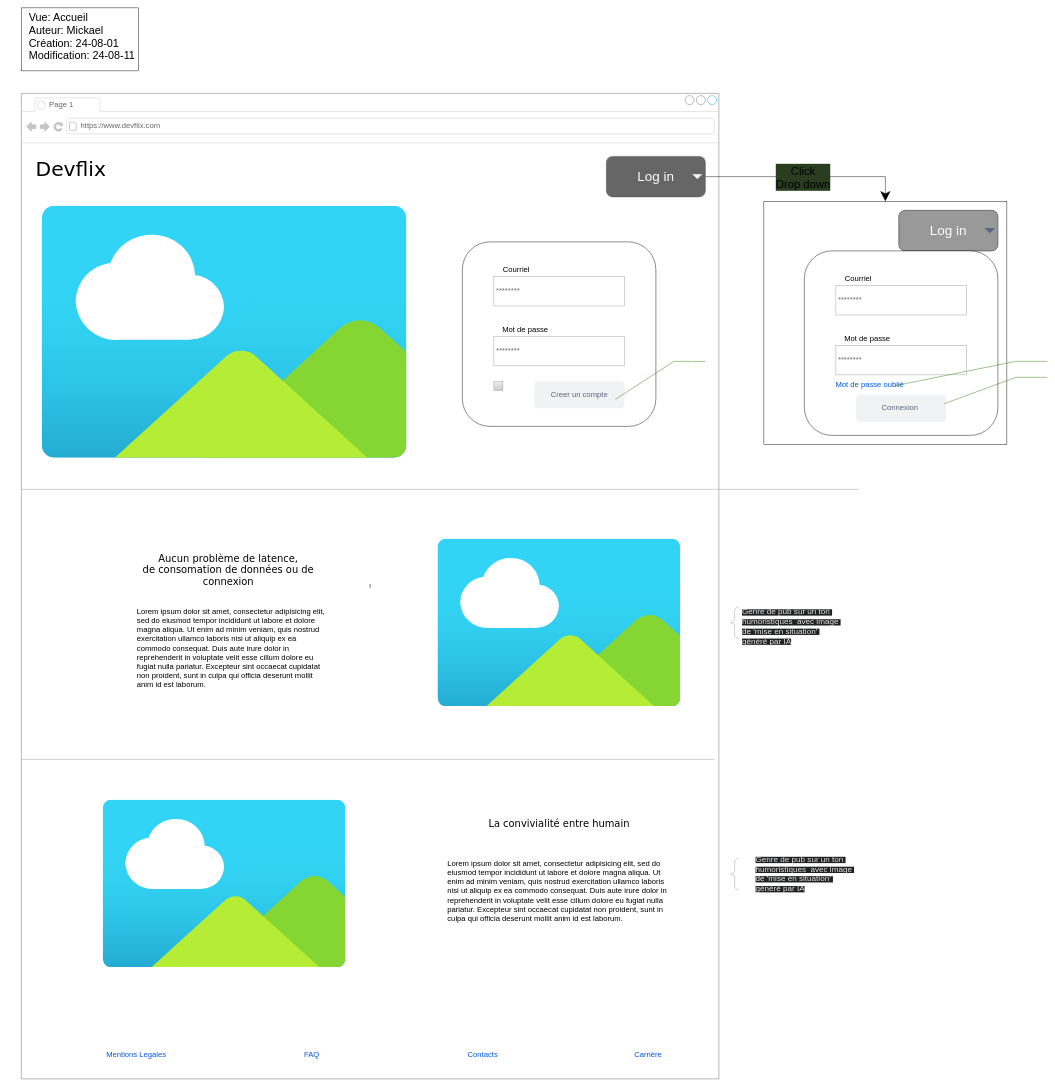
MapleCialys/Projet-modification-systeme keeps this draw.io diagram as livrables/livrable3/Page d'accueil.drawio. Above is the earlier version. Source tidied: cells renumbered, new cells numbered last; positions are measured from the earlier drawing's top-left corner, leaving out a move shared by most shapes. Both pictures are drawn from the tidied source at 45%, with x=0, y=0 at pixel (21, 8).
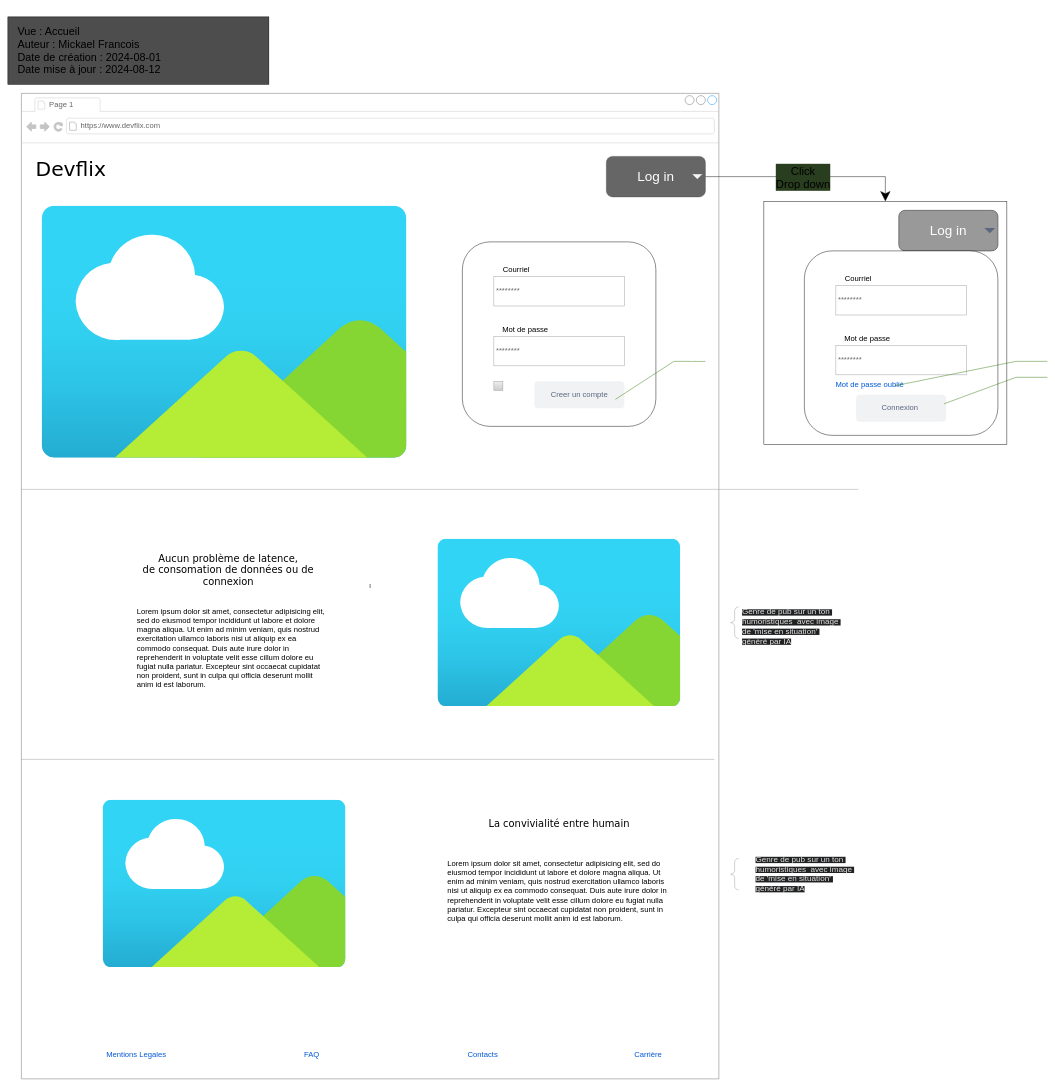
The same diagram, later.

Commit message (it also covers changes not shown here):
ajout de page mot de passe et modif acteur, correction générale

The edit, as a diff of the source:
```diff
@@
-    <mxCell id="47" style="group;" parent="1" vertex="1">
-      <mxGeometry width="285" height="140" as="geometry" />
-    </mxCell>
-    <mxCell id="48" style="rounded=0;whiteSpace=wrap;html=1;" parent="47" vertex="1">
-      <mxGeometry width="260" height="140" as="geometry" />
-    </mxCell>
-    <mxCell id="49" value="&lt;font style=&quot;font-size: 24px;&quot;&gt;Vue: Accueil&lt;/font&gt;&lt;div style=&quot;font-size: 24px;&quot;&gt;&lt;font style=&quot;font-size: 24px;&quot;&gt;Auteur: Mickael&lt;/font&gt;&lt;/div&gt;&lt;div style=&quot;font-size: 24px;&quot;&gt;&lt;font style=&quot;font-size: 24px;&quot;&gt;Création: 24-08-01&lt;/font&gt;&lt;/div&gt;&lt;div style=&quot;font-size: 24px;&quot;&gt;&lt;font style=&quot;font-size: 24px;&quot;&gt;Modification: 24-08-11&lt;/font&gt;&lt;/div&gt;" style="text;html=1;whiteSpace=wrap;overflow=hidden;rounded=0;" parent="47" vertex="1">
-      <mxGeometry x="15" width="270" height="140" as="geometry" />
-    </mxCell>
+    <mxCell id="50" value="&lt;font style=&quot;font-size: 24px;&quot;&gt;&amp;nbsp; &amp;nbsp;Vue : Accueil&lt;br&gt;&amp;nbsp; &amp;nbsp;Auteur : Mickael Francois&lt;br&gt;&amp;nbsp; &amp;nbsp;Date de création : 2024-08-01&lt;br&gt;&amp;nbsp; &amp;nbsp;Date mise à jour : 2024-08-12&lt;/font&gt;" style="rounded=0;whiteSpace=wrap;html=1;align=left;fillColor=#4D4D4D;strokeColor=#000000;" parent="1" vertex="1">
+      <mxGeometry x="-30" y="20" width="580" height="150" as="geometry" />
+    </mxCell>
```
